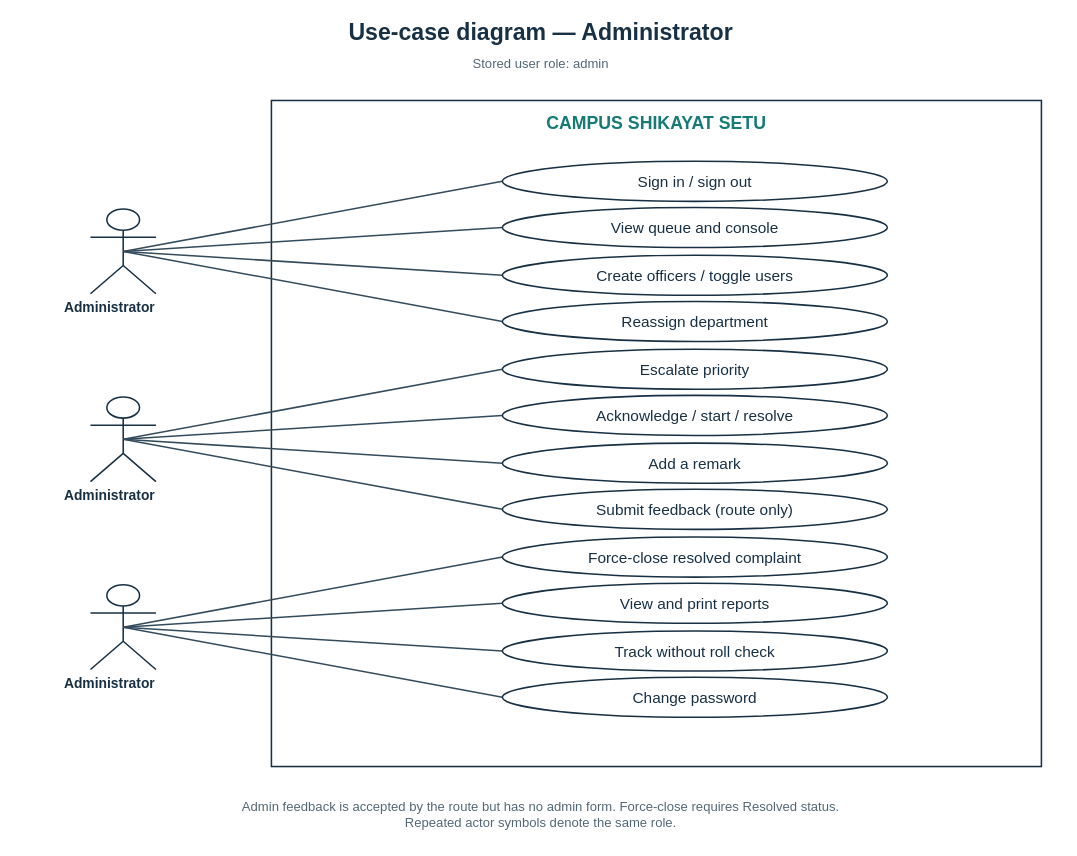
Above: page "Administrator" (3 of 4) of shikayat-setu/report/diagrams/fig-usecase.drawio in Yashwant-git392/Yashwant-git392 (draw.io), before the change. Source tidied: cells renumbered, new cells numbered last; positions are measured from the earlier drawing's top-left corner, leaving out a move shared by most shapes. Both pictures are drawn from the tidied source at 77%, with x=0, y=0 at pixel (13, 13).
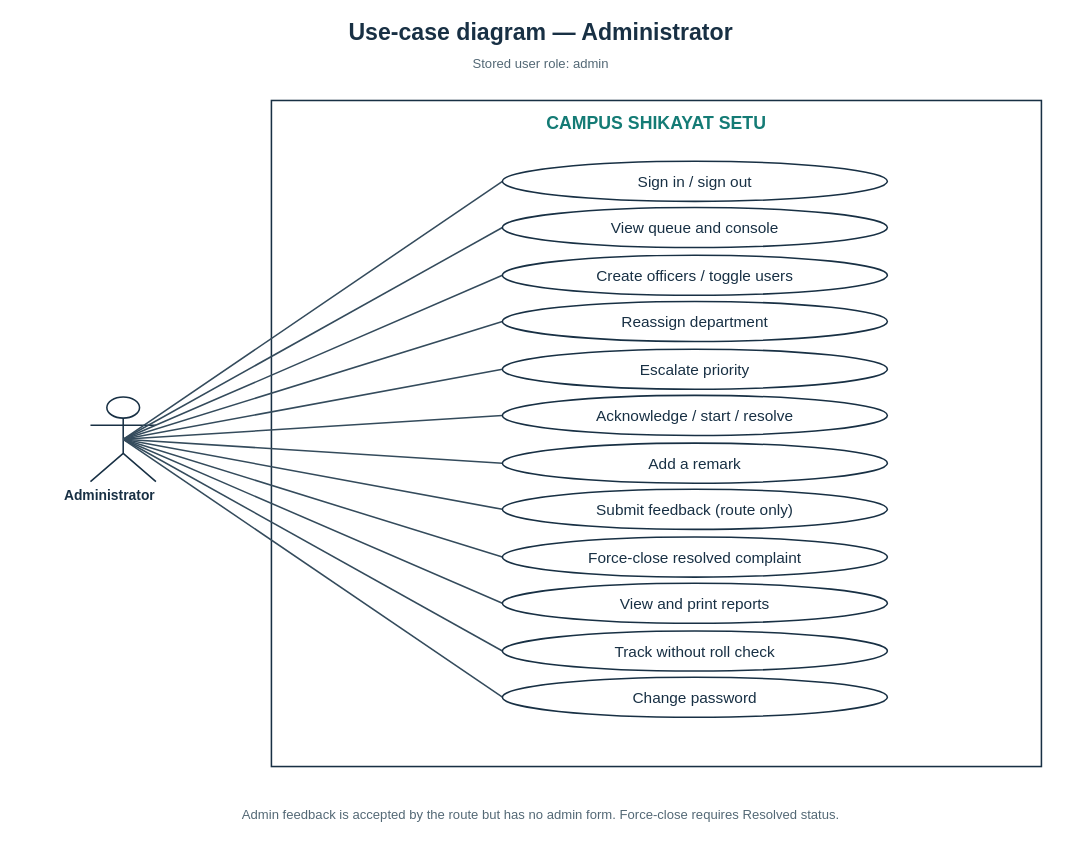
After the change.

What changed in the source:
```diff
@@
     <mxCell id="6" style="shape=umlActor;html=0;fillColor=white;strokeColor=#183044;strokeWidth=2;" parent="1" vertex="1">
-      <mxGeometry x="100" y="254" width="85" height="110" as="geometry" />
+      <mxGeometry x="100" y="498" width="85" height="110" as="geometry" />
     </mxCell>
     <mxCell id="7" value="Administrator" style="text;html=0;align=center;verticalAlign=middle;whiteSpace=wrap;strokeColor=none;fillColor=none;fontFamily=Arial;fontSize=18;fontColor=#183044;fontStyle=1;" parent="1" vertex="1">
-      <mxGeometry y="367" width="250" height="30" as="geometry" />
+      <mxGeometry y="611" width="250" height="30" as="geometry" />
     </mxCell>
@@
-    <mxCell id="16" style="shape=umlActor;html=0;fillColor=white;strokeColor=#183044;strokeWidth=2;" parent="1" vertex="1">
-      <mxGeometry x="100" y="498" width="85" height="110" as="geometry" />
+    <mxCell id="16" style="edgeStyle=none;rounded=0;strokeColor=#344b5c;strokeWidth=2;endArrow=none;endFill=0;dashed=0;exitX=0.5000;exitY=0.5000;exitPerimeter=0;entryX=0.0000;entryY=0.5000;entryPerimeter=0;" parent="1" edge="1" source="6" target="17">
+      <mxGeometry relative="1" as="geometry" />
     </mxCell>
-    <mxCell id="17" value="Administrator" style="text;html=0;align=center;verticalAlign=middle;whiteSpace=wrap;strokeColor=none;fillColor=none;fontFamily=Arial;fontSize=18;fontColor=#183044;fontStyle=1;" parent="1" vertex="1">
-      <mxGeometry y="611" width="250" height="30" as="geometry" />
+    <mxCell id="17" value="Escalate priority" style="ellipse;whiteSpace=wrap;html=0;fillColor=white;strokeColor=#183044;strokeWidth=2;fontFamily=Arial;fontSize=20;fontColor=#183044;fontStyle=0;align=center;verticalAlign=middle;" parent="1" vertex="1">
+      <mxGeometry x="635" y="436" width="500" height="52" as="geometry" />
     </mxCell>
-    <mxCell id="18" style="edgeStyle=none;rounded=0;strokeColor=#344b5c;strokeWidth=2;endArrow=none;endFill=0;dashed=0;exitX=0.5000;exitY=0.5000;exitPerimeter=0;entryX=0.0000;entryY=0.5000;entryPerimeter=0;" parent="1" edge="1" source="16" target="19">
+    <mxCell id="18" style="edgeStyle=none;rounded=0;strokeColor=#344b5c;strokeWidth=2;endArrow=none;endFill=0;dashed=0;exitX=0.5000;exitY=0.5000;exitPerimeter=0;entryX=0.0000;entryY=0.5000;entryPerimeter=0;" parent="1" edge="1" source="6" target="19">
       <mxGeometry relative="1" as="geometry" />
     </mxCell>
-    <mxCell id="19" value="Escalate priority" style="ellipse;whiteSpace=wrap;html=0;fillColor=white;strokeColor=#183044;strokeWidth=2;fontFamily=Arial;fontSize=20;fontColor=#183044;fontStyle=0;align=center;verticalAlign=middle;" parent="1" vertex="1">
-      <mxGeometry x="635" y="436" width="500" height="52" as="geometry" />
+    <mxCell id="19" value="Acknowledge / start / resolve" style="ellipse;whiteSpace=wrap;html=0;fillColor=white;strokeColor=#183044;strokeWidth=2;fontFamily=Arial;fontSize=20;fontColor=#183044;fontStyle=0;align=center;verticalAlign=middle;" parent="1" vertex="1">
+      <mxGeometry x="635" y="496" width="500" height="52" as="geometry" />
     </mxCell>
-    <mxCell id="20" style="edgeStyle=none;rounded=0;strokeColor=#344b5c;strokeWidth=2;endArrow=none;endFill=0;dashed=0;exitX=0.5000;exitY=0.5000;exitPerimeter=0;entryX=0.0000;entryY=0.5000;entryPerimeter=0;" parent="1" edge="1" source="16" target="21">
+    <mxCell id="20" style="edgeStyle=none;rounded=0;strokeColor=#344b5c;strokeWidth=2;endArrow=none;endFill=0;dashed=0;exitX=0.5000;exitY=0.5000;exitPerimeter=0;entryX=0.0000;entryY=0.5000;entryPerimeter=0;" parent="1" edge="1" source="6" target="21">
       <mxGeometry relative="1" as="geometry" />
     </mxCell>
-    <mxCell id="21" value="Acknowledge / start / resolve" style="ellipse;whiteSpace=wrap;html=0;fillColor=white;strokeColor=#183044;strokeWidth=2;fontFamily=Arial;fontSize=20;fontColor=#183044;fontStyle=0;align=center;verticalAlign=middle;" parent="1" vertex="1">
-      <mxGeometry x="635" y="496" width="500" height="52" as="geometry" />
+    <mxCell id="21" value="Add a remark" style="ellipse;whiteSpace=wrap;html=0;fillColor=white;strokeColor=#183044;strokeWidth=2;fontFamily=Arial;fontSize=20;fontColor=#183044;fontStyle=0;align=center;verticalAlign=middle;" parent="1" vertex="1">
+      <mxGeometry x="635" y="558" width="500" height="52" as="geometry" />
     </mxCell>
-    <mxCell id="22" style="edgeStyle=none;rounded=0;strokeColor=#344b5c;strokeWidth=2;endArrow=none;endFill=0;dashed=0;exitX=0.5000;exitY=0.5000;exitPerimeter=0;entryX=0.0000;entryY=0.5000;entryPerimeter=0;" parent="1" edge="1" source="16" target="23">
+    <mxCell id="22" style="edgeStyle=none;rounded=0;strokeColor=#344b5c;strokeWidth=2;endArrow=none;endFill=0;dashed=0;exitX=0.5000;exitY=0.5000;exitPerimeter=0;entryX=0.0000;entryY=0.5000;entryPerimeter=0;" parent="1" edge="1" source="6" target="23">
       <mxGeometry relative="1" as="geometry" />
     </mxCell>
-    <mxCell id="23" value="Add a remark" style="ellipse;whiteSpace=wrap;html=0;fillColor=white;strokeColor=#183044;strokeWidth=2;fontFamily=Arial;fontSize=20;fontColor=#183044;fontStyle=0;align=center;verticalAlign=middle;" parent="1" vertex="1">
-      <mxGeometry x="635" y="558" width="500" height="52" as="geometry" />
+    <mxCell id="23" value="Submit feedback (route only)" style="ellipse;whiteSpace=wrap;html=0;fillColor=white;strokeColor=#183044;strokeWidth=2;fontFamily=Arial;fontSize=20;fontColor=#183044;fontStyle=0;align=center;verticalAlign=middle;" parent="1" vertex="1">
+      <mxGeometry x="635" y="618" width="500" height="52" as="geometry" />
     </mxCell>
-    <mxCell id="24" style="edgeStyle=none;rounded=0;strokeColor=#344b5c;strokeWidth=2;endArrow=none;endFill=0;dashed=0;exitX=0.5000;exitY=0.5000;exitPerimeter=0;entryX=0.0000;entryY=0.5000;entryPerimeter=0;" parent="1" edge="1" source="16" target="25">
+    <mxCell id="24" style="edgeStyle=none;rounded=0;strokeColor=#344b5c;strokeWidth=2;endArrow=none;endFill=0;dashed=0;exitX=0.5000;exitY=0.5000;exitPerimeter=0;entryX=0.0000;entryY=0.5000;entryPerimeter=0;" parent="1" edge="1" source="6" target="25">
       <mxGeometry relative="1" as="geometry" />
     </mxCell>
-    <mxCell id="25" value="Submit feedback (route only)" style="ellipse;whiteSpace=wrap;html=0;fillColor=white;strokeColor=#183044;strokeWidth=2;fontFamily=Arial;fontSize=20;fontColor=#183044;fontStyle=0;align=center;verticalAlign=middle;" parent="1" vertex="1">
-      <mxGeometry x="635" y="618" width="500" height="52" as="geometry" />
+    <mxCell id="25" value="Force-close resolved complaint" style="ellipse;whiteSpace=wrap;html=0;fillColor=white;strokeColor=#183044;strokeWidth=2;fontFamily=Arial;fontSize=20;fontColor=#183044;fontStyle=0;align=center;verticalAlign=middle;" parent="1" vertex="1">
+      <mxGeometry x="635" y="680" width="500" height="52" as="geometry" />
     </mxCell>
-    <mxCell id="26" style="shape=umlActor;html=0;fillColor=white;strokeColor=#183044;strokeWidth=2;" parent="1" vertex="1">
-      <mxGeometry x="100" y="742" width="85" height="110" as="geometry" />
+    <mxCell id="26" style="edgeStyle=none;rounded=0;strokeColor=#344b5c;strokeWidth=2;endArrow=none;endFill=0;dashed=0;exitX=0.5000;exitY=0.5000;exitPerimeter=0;entryX=0.0000;entryY=0.5000;entryPerimeter=0;" parent="1" edge="1" source="6" target="27">
+      <mxGeometry relative="1" as="geometry" />
     </mxCell>
-    <mxCell id="27" value="Administrator" style="text;html=0;align=center;verticalAlign=middle;whiteSpace=wrap;strokeColor=none;fillColor=none;fontFamily=Arial;fontSize=18;fontColor=#183044;fontStyle=1;" parent="1" vertex="1">
-      <mxGeometry y="855" width="250" height="30" as="geometry" />
+    <mxCell id="27" value="View and print reports" style="ellipse;whiteSpace=wrap;html=0;fillColor=white;strokeColor=#183044;strokeWidth=2;fontFamily=Arial;fontSize=20;fontColor=#183044;fontStyle=0;align=center;verticalAlign=middle;" parent="1" vertex="1">
+      <mxGeometry x="635" y="740" width="500" height="52" as="geometry" />
     </mxCell>
-    <mxCell id="28" style="edgeStyle=none;rounded=0;strokeColor=#344b5c;strokeWidth=2;endArrow=none;endFill=0;dashed=0;exitX=0.5000;exitY=0.5000;exitPerimeter=0;entryX=0.0000;entryY=0.5000;entryPerimeter=0;" parent="1" edge="1" source="26" target="29">
+    <mxCell id="28" style="edgeStyle=none;rounded=0;strokeColor=#344b5c;strokeWidth=2;endArrow=none;endFill=0;dashed=0;exitX=0.5000;exitY=0.5000;exitPerimeter=0;entryX=0.0000;entryY=0.5000;entryPerimeter=0;" parent="1" edge="1" source="6" target="29">
       <mxGeometry relative="1" as="geometry" />
     </mxCell>
-    <mxCell id="29" value="Force-close resolved complaint" style="ellipse;whiteSpace=wrap;html=0;fillColor=white;strokeColor=#183044;strokeWidth=2;fontFamily=Arial;fontSize=20;fontColor=#183044;fontStyle=0;align=center;verticalAlign=middle;" parent="1" vertex="1">
-      <mxGeometry x="635" y="680" width="500" height="52" as="geometry" />
+    <mxCell id="29" value="Track without roll check" style="ellipse;whiteSpace=wrap;html=0;fillColor=white;strokeColor=#183044;strokeWidth=2;fontFamily=Arial;fontSize=20;fontColor=#183044;fontStyle=0;align=center;verticalAlign=middle;" parent="1" vertex="1">
+      <mxGeometry x="635" y="802" width="500" height="52" as="geometry" />
     </mxCell>
-    <mxCell id="30" style="edgeStyle=none;rounded=0;strokeColor=#344b5c;strokeWidth=2;endArrow=none;endFill=0;dashed=0;exitX=0.5000;exitY=0.5000;exitPerimeter=0;entryX=0.0000;entryY=0.5000;entryPerimeter=0;" parent="1" edge="1" source="26" target="31">
+    <mxCell id="30" style="edgeStyle=none;rounded=0;strokeColor=#344b5c;strokeWidth=2;endArrow=none;endFill=0;dashed=0;exitX=0.5000;exitY=0.5000;exitPerimeter=0;entryX=0.0000;entryY=0.5000;entryPerimeter=0;" parent="1" edge="1" source="6" target="31">
       <mxGeometry relative="1" as="geometry" />
     </mxCell>
-    <mxCell id="31" value="View and print reports" style="ellipse;whiteSpace=wrap;html=0;fillColor=white;strokeColor=#183044;strokeWidth=2;fontFamily=Arial;fontSize=20;fontColor=#183044;fontStyle=0;align=center;verticalAlign=middle;" parent="1" vertex="1">
-      <mxGeometry x="635" y="740" width="500" height="52" as="geometry" />
+    <mxCell id="31" value="Change password" style="ellipse;whiteSpace=wrap;html=0;fillColor=white;strokeColor=#183044;strokeWidth=2;fontFamily=Arial;fontSize=20;fontColor=#183044;fontStyle=0;align=center;verticalAlign=middle;" parent="1" vertex="1">
+      <mxGeometry x="635" y="862" width="500" height="52" as="geometry" />
     </mxCell>
-    <mxCell id="32" style="edgeStyle=none;rounded=0;strokeColor=#344b5c;strokeWidth=2;endArrow=none;endFill=0;dashed=0;exitX=0.5000;exitY=0.5000;exitPerimeter=0;entryX=0.0000;entryY=0.5000;entryPerimeter=0;" parent="1" edge="1" source="26" target="33">
-      <mxGeometry relative="1" as="geometry" />
+    <mxCell id="32" value="Admin feedback is accepted by the route but has no admin form. Force-close requires Resolved status." style="text;html=0;align=center;verticalAlign=middle;whiteSpace=wrap;strokeColor=none;fillColor=none;fontFamily=Arial;fontSize=17;fontColor=#536875;fontStyle=0;" parent="1" vertex="1">
+      <mxGeometry x="5" y="1003" width="1360" height="75" as="geometry" />
     </mxCell>
-    <mxCell id="33" value="Track without roll check" style="ellipse;whiteSpace=wrap;html=0;fillColor=white;strokeColor=#183044;strokeWidth=2;fontFamily=Arial;fontSize=20;fontColor=#183044;fontStyle=0;align=center;verticalAlign=middle;" parent="1" vertex="1">
-      <mxGeometry x="635" y="802" width="500" height="52" as="geometry" />
-    </mxCell>
-    <mxCell id="34" style="edgeStyle=none;rounded=0;strokeColor=#344b5c;strokeWidth=2;endArrow=none;endFill=0;dashed=0;exitX=0.5000;exitY=0.5000;exitPerimeter=0;entryX=0.0000;entryY=0.5000;entryPerimeter=0;" parent="1" edge="1" source="26" target="35">
-      <mxGeometry relative="1" as="geometry" />
-    </mxCell>
-    <mxCell id="35" value="Change password" style="ellipse;whiteSpace=wrap;html=0;fillColor=white;strokeColor=#183044;strokeWidth=2;fontFamily=Arial;fontSize=20;fontColor=#183044;fontStyle=0;align=center;verticalAlign=middle;" parent="1" vertex="1">
-      <mxGeometry x="635" y="862" width="500" height="52" as="geometry" />
-    </mxCell>
-    <mxCell id="36" value="Admin feedback is accepted by the route but has no admin form. Force-close requires Resolved status.&#10;Repeated actor symbols denote the same role." style="text;html=0;align=center;verticalAlign=middle;whiteSpace=wrap;strokeColor=none;fillColor=none;fontFamily=Arial;fontSize=17;fontColor=#536875;fontStyle=0;" parent="1" vertex="1">
-      <mxGeometry x="5" y="1003" width="1360" height="75" as="geometry" />
-    </mxCell>
```
